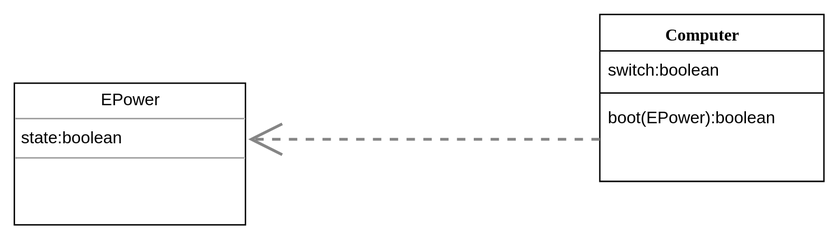
Before: UML/Rely.svg, a diagram exported from draw.io (ourfor/JavaReview). Source tidied: cells renumbered, new cells last; positions are measured from the earlier drawing's top-left corner, leaving out a move shared by most shapes.
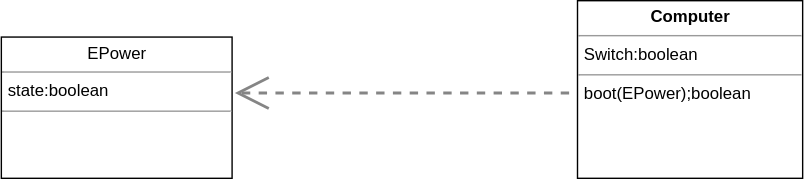
The same file after the commit.

Diff of the diagram source:
```diff
@@ -2,23 +2,16 @@
   <root>
     <mxCell id="0" />
     <mxCell id="1" parent="0" />
-    <mxCell id="2" value="Computer" style="swimlane;html=1;fontStyle=1;align=center;verticalAlign=top;horizontal=1;startSize=26;swimlaneFillColor=#ffffff;rounded=0;shadow=0;comic=0;labelBackgroundColor=none;strokeColor=#000000;strokeWidth=1;fillColor=none;fontFamily=Verdana;fontSize=12;fontColor=#000000;" parent="1" vertex="1">
-      <mxGeometry x="418" width="160" height="119" as="geometry" />
-    </mxCell>
-    <mxCell id="3" value="switch:boolean" style="text;html=1;strokeColor=none;fillColor=none;align=left;verticalAlign=top;spacingLeft=4;spacingRight=4;whiteSpace=wrap;overflow=hidden;" parent="2" vertex="1">
-      <mxGeometry y="26" width="160" height="26" as="geometry" />
-    </mxCell>
-    <mxCell id="4" style="line;html=1;strokeWidth=1;fillColor=none;align=left;verticalAlign=middle;spacingTop=-1;spacingLeft=3;spacingRight=3;labelPosition=right;" parent="2" vertex="1">
-      <mxGeometry y="52" width="160" height="8" as="geometry" />
-    </mxCell>
-    <mxCell id="5" value="boot(EPower):boolean" style="text;html=1;strokeColor=none;fillColor=none;align=left;verticalAlign=top;spacingLeft=4;spacingRight=4;whiteSpace=wrap;overflow=hidden;" parent="2" vertex="1">
-      <mxGeometry y="60" width="160" height="26" as="geometry" />
-    </mxCell>
     <mxCell id="6" value="&lt;p style=&quot;margin: 0px ; margin-top: 4px ; text-align: center&quot;&gt;EPower&lt;/p&gt;&lt;hr size=&quot;1&quot;&gt;&lt;p style=&quot;margin: 0px ; margin-left: 4px&quot;&gt;state:boolean&lt;/p&gt;&lt;hr size=&quot;1&quot;&gt;&lt;p style=&quot;margin: 0px ; margin-left: 4px&quot;&gt;&lt;br&gt;&lt;/p&gt;" style="verticalAlign=top;align=left;overflow=fill;fontSize=12;fontFamily=Helvetica;html=1;rounded=0;shadow=0;comic=0;labelBackgroundColor=none;strokeColor=#000000;strokeWidth=1;fillColor=#ffffff;" parent="1" vertex="1">
       <mxGeometry y="49" width="165" height="101" as="geometry" />
     </mxCell>
-    <mxCell id="7" style="endArrow=open;endSize=20;dashed=1;html=1;entryX=1.011;entryY=0.396;exitX=0;exitY=0.75;entryPerimeter=0;strokeWidth=2;jumpSize=10;startSize=23;strokeColor=#858585;" parent="1" edge="1" source="2" target="6">
-      <mxGeometry relative="1" as="geometry" />
+    <mxCell id="7" style="endArrow=open;endSize=20;dashed=1;html=1;entryX=1.011;entryY=0.396;exitX=0;exitY=0.75;entryPerimeter=0;strokeWidth=2;jumpSize=10;startSize=23;strokeColor=#858585;" parent="1" edge="1" target="6">
+      <mxGeometry relative="1" as="geometry">
+        <mxPoint x="418" y="89" as="sourcePoint" />
+      </mxGeometry>
     </mxCell>
+    <mxCell id="8" value="&lt;p style=&quot;margin: 0px ; margin-top: 4px ; text-align: center&quot;&gt;&lt;b&gt;Computer&lt;/b&gt;&lt;/p&gt;&lt;hr size=&quot;1&quot;&gt;&lt;p style=&quot;margin: 0px ; margin-left: 4px&quot;&gt;Switch:boolean&lt;/p&gt;&lt;hr size=&quot;1&quot;&gt;&lt;p style=&quot;margin: 0px ; margin-left: 4px&quot;&gt;boot(EPower);boolean&lt;/p&gt;" style="verticalAlign=top;align=left;overflow=fill;fontSize=12;fontFamily=Helvetica;html=1;" parent="1" vertex="1">
+      <mxGeometry x="412" y="23" width="161" height="127" as="geometry" />
+    </mxCell>
   </root>
 </mxGraphModel>
```
